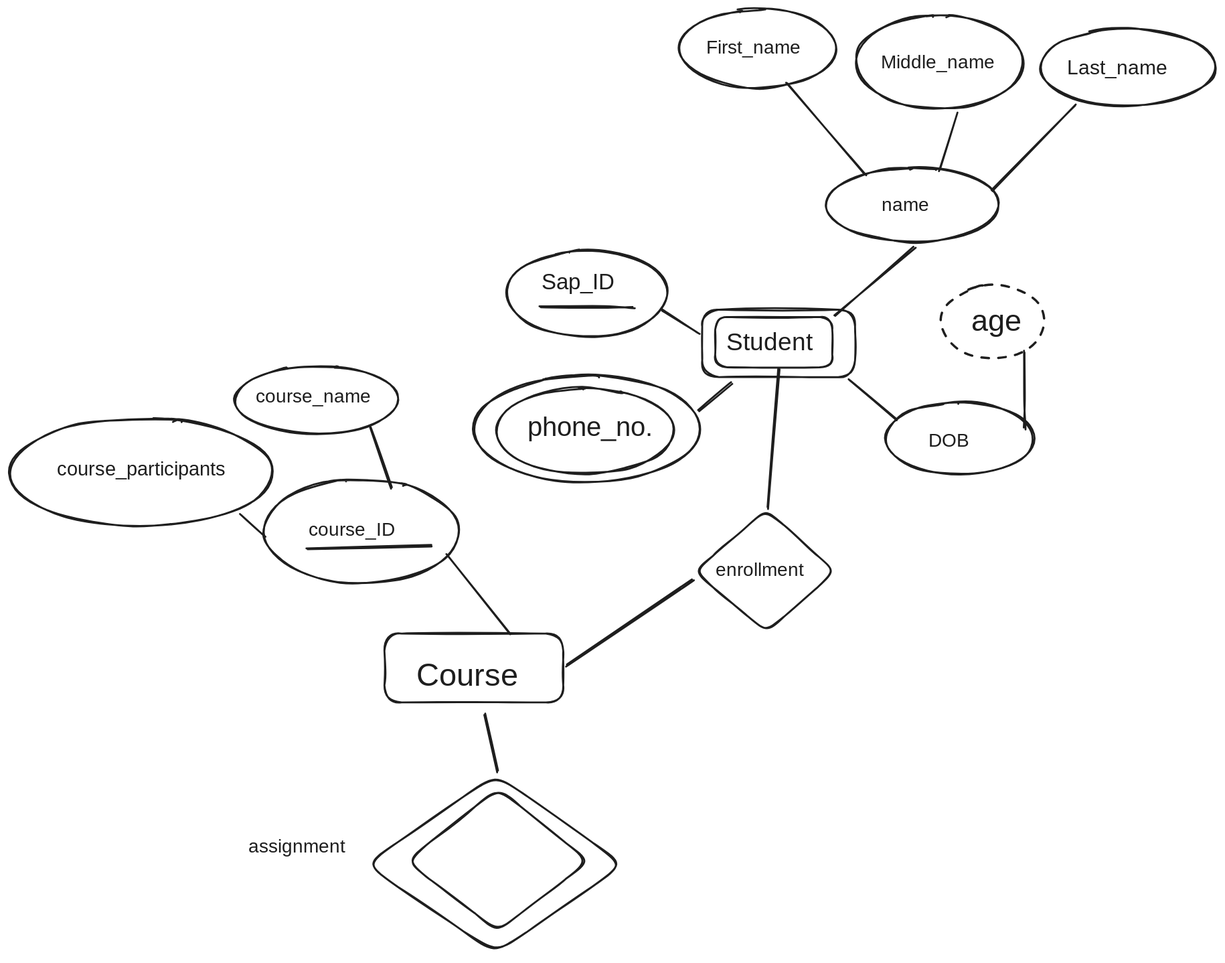
Earlier version of the Excalidraw export Notes Factory/Semister 3/Rough Work/t1.excalidraw.svg (P7XCKD/NF). Source tidied: one line per element, renumbered; positions are measured from the earlier drawing's top-left corner, leaving out a move shared by most shapes.
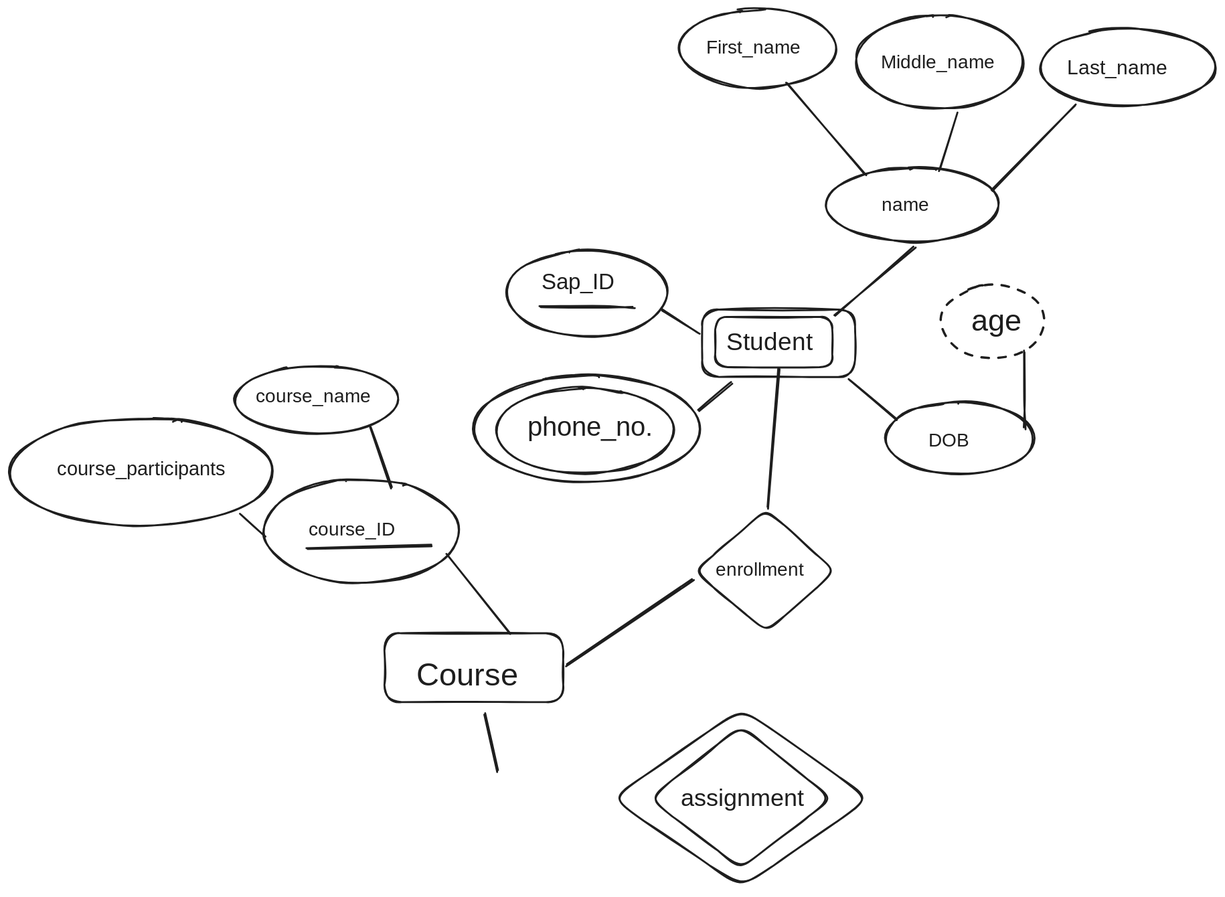
Above is the later version.

Diff of the diagram source:
```diff
@@ -43,7 +43,7 @@
 {"id": 42, "type": "text", "text": "course_participants", "strokeColor": "#1e1e1e", "strokeWidth": 2, "roughness": 1, "fontSize": 20.54, "fontFamily": 1, "x": 50, "y": 479, "width": 201, "height": 26}
 {"id": 43, "type": "line", "strokeColor": "#1e1e1e", "strokeWidth": 2, "roughness": 1, "round": true, "x": 385, "y": 446, "width": 23, "height": 64, "points": [[0, 0], [23, 64]]}
 {"id": 44, "type": "line", "strokeColor": "#1e1e1e", "strokeWidth": 2, "roughness": 1, "round": true, "x": 247, "y": 540, "width": 25, "height": 21, "points": [[0, 0], [25, 21]]}
-{"id": 45, "type": "diamond", "strokeColor": "#1e1e1e", "strokeWidth": 2, "roughness": 1, "round": true, "x": 423, "y": 831, "width": 195, "height": 152}
+{"id": 45, "type": "diamond", "strokeColor": "#1e1e1e", "strokeWidth": 2, "roughness": 1, "round": true, "x": 682, "y": 765, "width": 195, "height": 152}
-{"id": 46, "type": "diamond", "strokeColor": "#1e1e1e", "strokeWidth": 2, "roughness": 1, "round": true, "x": 380, "y": 816, "width": 276, "height": 191}
+{"id": 46, "type": "diamond", "strokeColor": "#1e1e1e", "strokeWidth": 2, "roughness": 1, "round": true, "x": 642, "y": 746, "width": 276, "height": 191}
 {"id": 47, "type": "line", "strokeColor": "#1e1e1e", "strokeWidth": 2, "roughness": 1, "round": true, "x": 520, "y": 813, "width": 12, "height": 62, "points": [[0, 0], [-12, -62]]}
-{"id": 48, "type": "text", "text": "assignment", "strokeColor": "#1e1e1e", "strokeWidth": 2, "roughness": 1, "fontSize": 20, "fontFamily": 1, "x": 255, "y": 882, "width": 103, "height": 25}
+{"id": 48, "type": "text", "text": "assignment", "strokeColor": "#1e1e1e", "strokeWidth": 2, "roughness": 1, "fontSize": 25.48, "fontFamily": 1, "x": 717, "y": 828, "width": 131, "height": 32}
```
